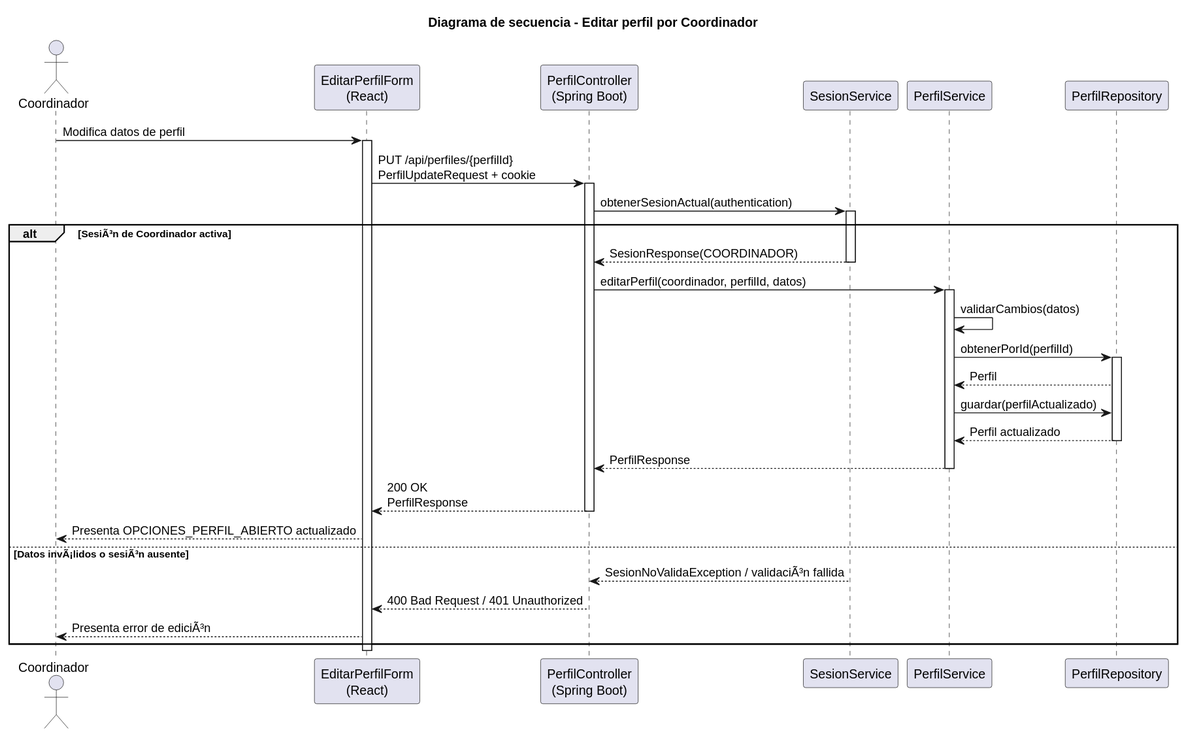
Earlier version of the PlantUML export images/RUP/02-diseño/casos-uso/coordinador/editarPerfil/secuencia.svg (beatriizorozco/25-26-idsw2-sdVC). Source of this version:
```plantuml
@startuml
title Diagrama de secuencia - Editar perfil por Coordinador

actor Coordinador
participant "EditarPerfilForm\n(React)" as Frontend
participant "PerfilController\n(Spring Boot)" as Api
participant "SesionService" as Sesion
participant "PerfilService" as PerfilService
participant "PerfilRepository" as PerfilRepository

Coordinador -> Frontend: Modifica datos de perfil
activate Frontend
Frontend -> Api: PUT /api/perfiles/{perfilId}\nPerfilUpdateRequest + cookie
activate Api
Api -> Sesion: obtenerSesionActual(authentication)
activate Sesion
alt SesiÃ³n de Coordinador activa
    Sesion --> Api: SesionResponse(COORDINADOR)
    deactivate Sesion
    Api -> PerfilService: editarPerfil(coordinador, perfilId, datos)
    activate PerfilService
    PerfilService -> PerfilService: validarCambios(datos)
    PerfilService -> PerfilRepository: obtenerPorId(perfilId)
    activate PerfilRepository
    PerfilRepository --> PerfilService: Perfil
    PerfilService -> PerfilRepository: guardar(perfilActualizado)
    PerfilRepository --> PerfilService: Perfil actualizado
    deactivate PerfilRepository
    PerfilService --> Api: PerfilResponse
    deactivate PerfilService
    Api --> Frontend: 200 OK\nPerfilResponse
    deactivate Api
    Frontend --> Coordinador: Presenta OPCIONES_PERFIL_ABIERTO actualizado
else Datos invÃ¡lidos o sesiÃ³n ausente
    Sesion --> Api: SesionNoValidaException / validaciÃ³n fallida
    deactivate Sesion
    Api --> Frontend: 400 Bad Request / 401 Unauthorized
    deactivate Api
    Frontend --> Coordinador: Presenta error de ediciÃ³n
end
deactivate Frontend
@enduml
```
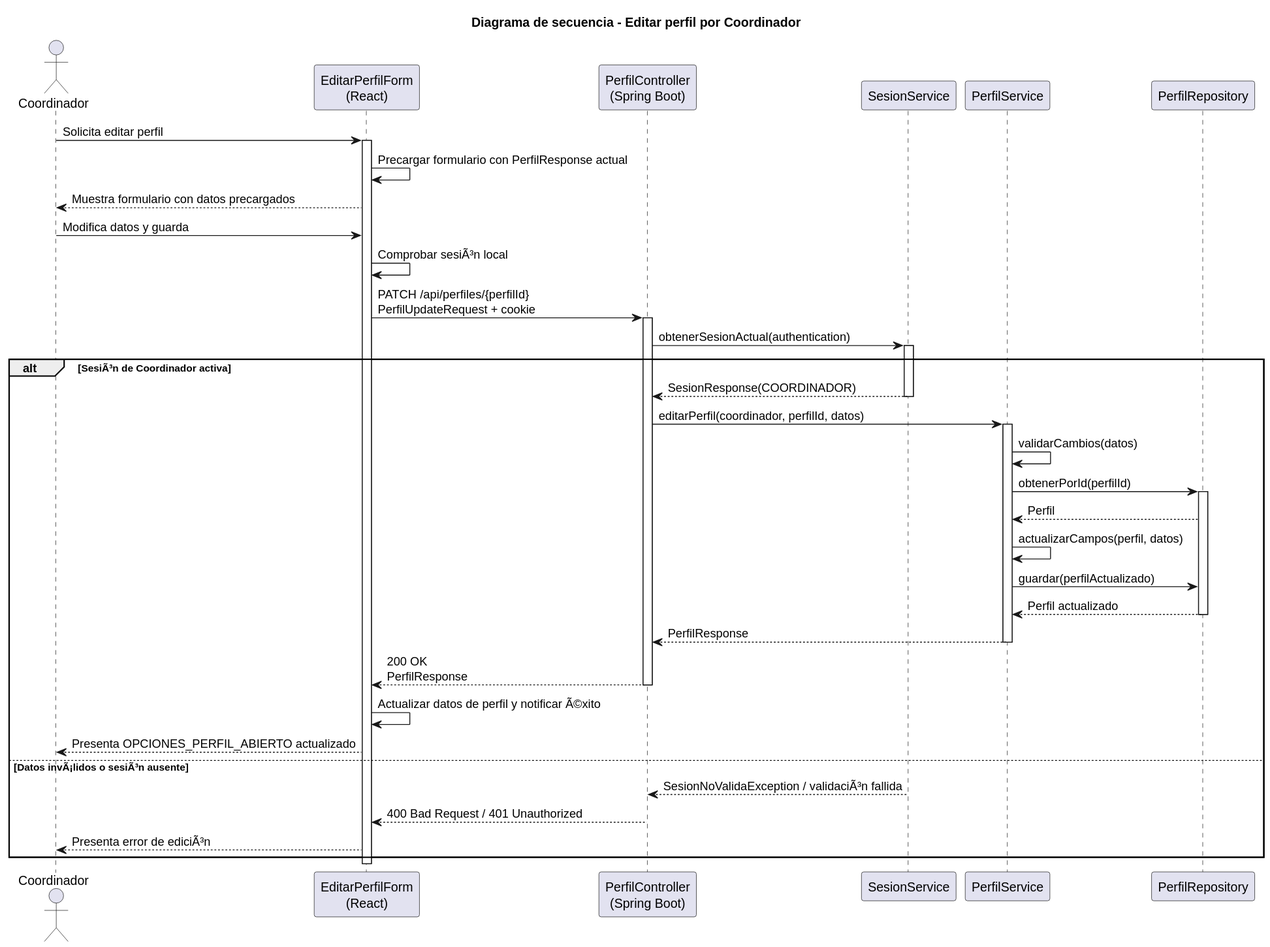
After the change.

Change to the diagram source:
```diff
@@ -8,9 +8,13 @@
 participant "PerfilService" as PerfilService
 participant "PerfilRepository" as PerfilRepository
 
-Coordinador -> Frontend: Modifica datos de perfil
+Coordinador -> Frontend: Solicita editar perfil
 activate Frontend
-Frontend -> Api: PUT /api/perfiles/{perfilId}\nPerfilUpdateRequest + cookie
+Frontend -> Frontend: Precargar formulario con PerfilResponse actual
+Frontend --> Coordinador: Muestra formulario con datos precargados
+Coordinador -> Frontend: Modifica datos y guarda
+Frontend -> Frontend: Comprobar sesiÃ³n local
+Frontend -> Api: PATCH /api/perfiles/{perfilId}\nPerfilUpdateRequest + cookie
 activate Api
 Api -> Sesion: obtenerSesionActual(authentication)
 activate Sesion
@@ -23,6 +27,7 @@
     PerfilService -> PerfilRepository: obtenerPorId(perfilId)
     activate PerfilRepository
     PerfilRepository --> PerfilService: Perfil
+    PerfilService -> PerfilService: actualizarCampos(perfil, datos)
     PerfilService -> PerfilRepository: guardar(perfilActualizado)
     PerfilRepository --> PerfilService: Perfil actualizado
     deactivate PerfilRepository
@@ -30,6 +35,7 @@
     deactivate PerfilService
     Api --> Frontend: 200 OK\nPerfilResponse
     deactivate Api
+    Frontend -> Frontend: Actualizar datos de perfil y notificar Ã©xito
     Frontend --> Coordinador: Presenta OPCIONES_PERFIL_ABIERTO actualizado
 else Datos invÃ¡lidos o sesiÃ³n ausente
     Sesion --> Api: SesionNoValidaException / validaciÃ³n fallida
```
